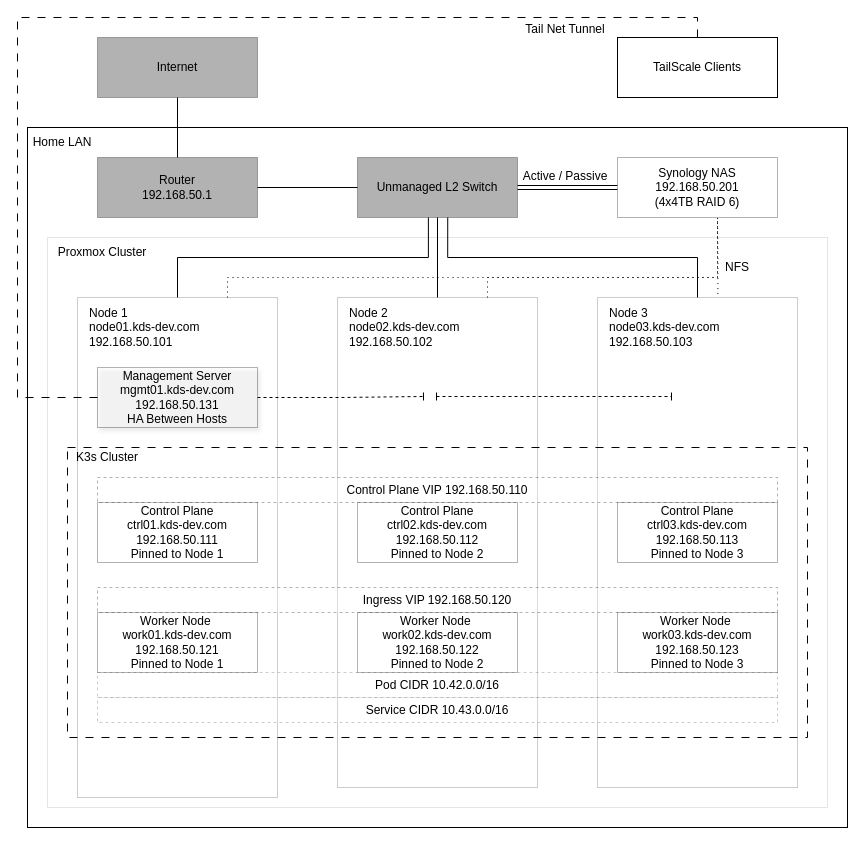
Above: page "Infra / Network" (1 of 4) of docs/Diagrams.drawio in KDScheuer/Home-Lab (draw.io), before the change. Source tidied: cells renumbered, new cells numbered last; positions are measured from the earlier drawing's top-left corner, leaving out a move shared by most shapes. Both pictures are drawn from the tidied source at 100%, with x=0, y=0 at pixel (17, 17).
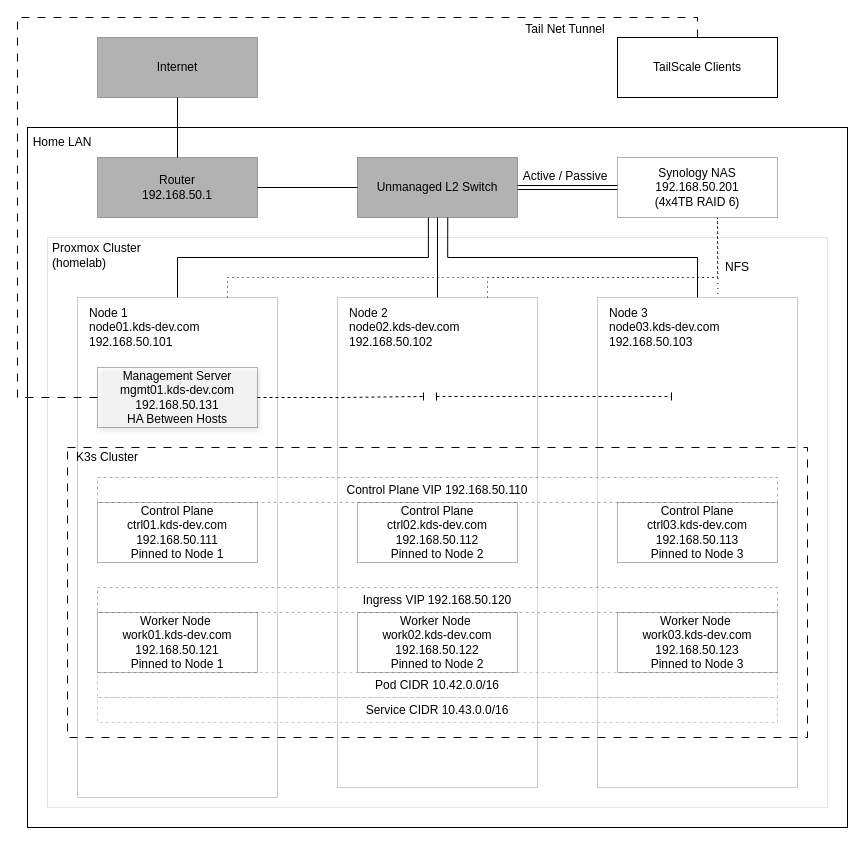
The same diagram, later.

Change to the diagram source:
```diff
@@
-    <mxCell id="4" value="Proxmox Cluster" style="text;html=1;whiteSpace=wrap;strokeColor=none;fillColor=none;align=center;verticalAlign=middle;rounded=0;" parent="1" vertex="1">
-      <mxGeometry x="30" y="220" width="110" height="30" as="geometry" />
+    <mxCell id="4" value="Proxmox Cluster (homelab)" style="text;html=1;whiteSpace=wrap;strokeColor=none;fillColor=none;align=left;verticalAlign=middle;rounded=0;" parent="1" vertex="1">
+      <mxGeometry x="33" y="218" width="120" height="40" as="geometry" />
     </mxCell>
```
